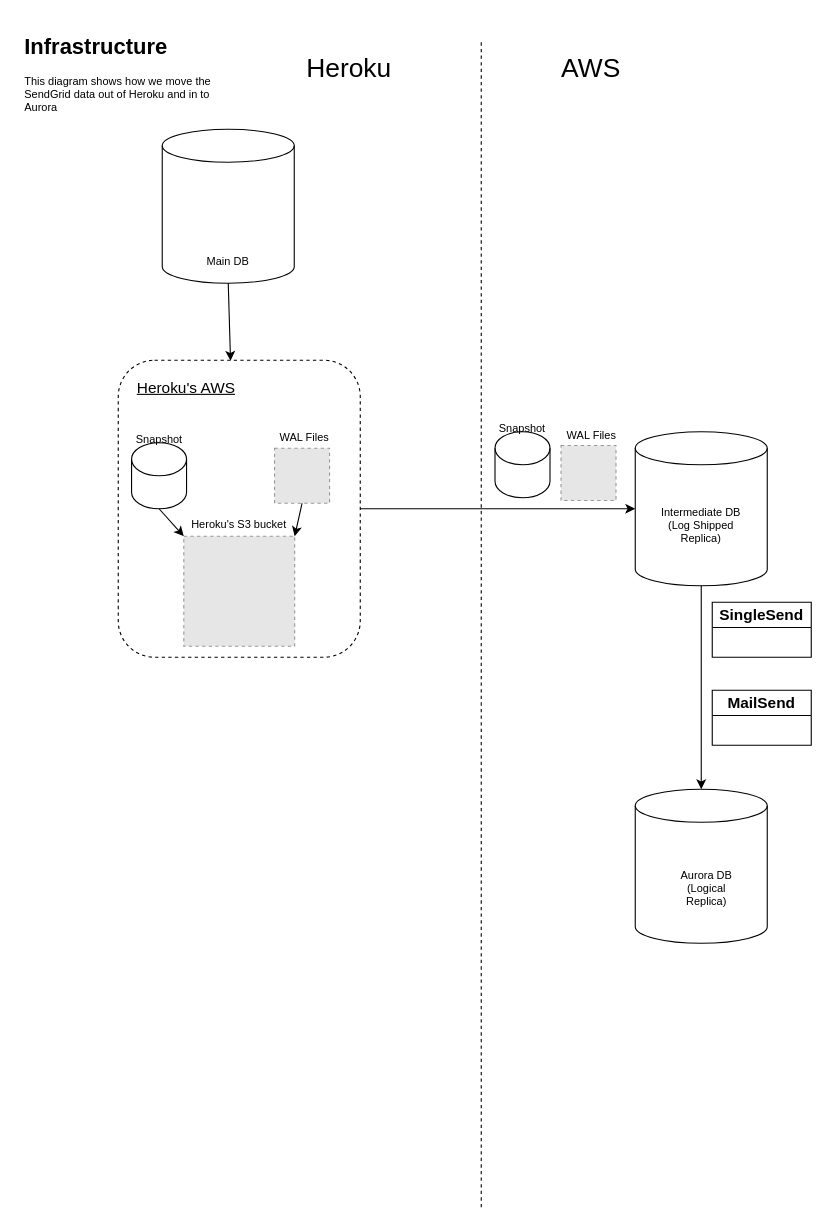
The draw.io diagram AWS DB Schematic.drawio in jwhitham-ds/draw.io, before the edit. Source tidied: cells renumbered, new cells numbered last; positions are measured from the earlier drawing's top-left corner, leaving out a move shared by most shapes. Both pictures are drawn from the tidied source at 110%, with x=0, y=0 at pixel (19, 30). Pictures stored in the file or linked from it are replaced by grey dashed boxes.
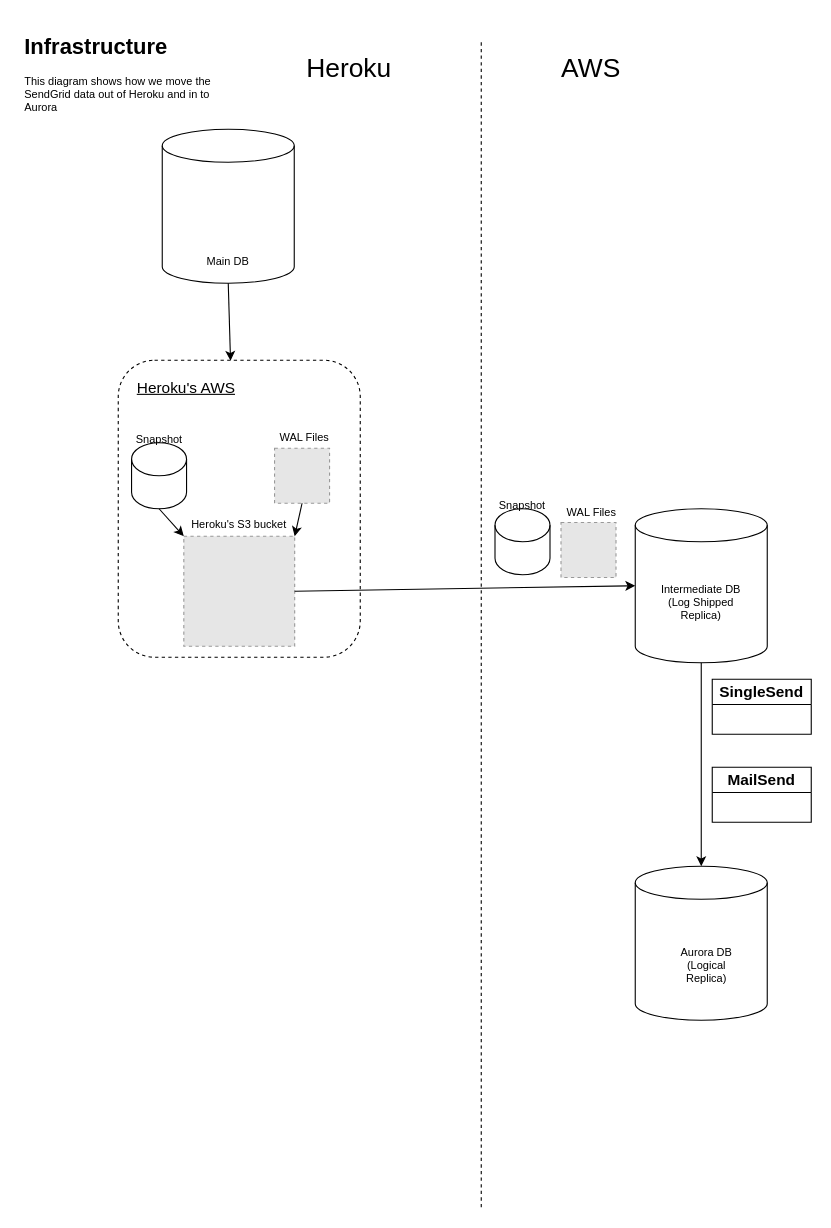
The same page after the edit.

Unchanged cells that the change refers to:
```xml
<mxCell id="2" style="rounded=1;whiteSpace=wrap;html=1;fontSize=10;dashed=1;" parent="1" vertex="1">
  <mxGeometry x="90" y="300" width="220" height="270" as="geometry" />
</mxCell>
<mxCell id="9" style="fillColor=#E6E6E6;strokeColor=#999999;dashed=1;verticalLabelPosition=bottom;labelBackgroundColor=default;verticalAlign=top;" parent="1" vertex="1">
  <mxGeometry x="149.6" y="460" width="100.8" height="100" as="geometry" />
</mxCell>
```

Diff of the diagram source:
```diff
@@
     <mxCell id="7" style="shape=cylinder3;whiteSpace=wrap;html=1;boundedLbl=1;backgroundOutline=1;size=15;" parent="1" vertex="1">
-      <mxGeometry x="560" y="365" width="120" height="140" as="geometry" />
+      <mxGeometry x="560" y="435" width="120" height="140" as="geometry" />
     </mxCell>
     <mxCell id="8" style="shape=cylinder3;whiteSpace=wrap;html=1;boundedLbl=1;backgroundOutline=1;size=15;" parent="1" vertex="1">
-      <mxGeometry x="560" y="690" width="120" height="140" as="geometry" />
+      <mxGeometry x="560" y="760" width="120" height="140" as="geometry" />
     </mxCell>
@@
     <mxCell id="17" value="&lt;div&gt;Intermediate DB&lt;/div&gt;&lt;div&gt;(Log Shipped Replica)&lt;/div&gt;" style="text;html=1;strokeColor=none;fillColor=none;align=center;verticalAlign=middle;whiteSpace=wrap;rounded=0;fontSize=10;" parent="1" vertex="1">
-      <mxGeometry x="580" y="425" width="80" height="50" as="geometry" />
+      <mxGeometry x="580" y="495" width="80" height="50" as="geometry" />
     </mxCell>
     <mxCell id="18" value="&lt;div&gt;Aurora DB&lt;/div&gt;&lt;div&gt;(Logical Replica)&lt;/div&gt;" style="text;html=1;strokeColor=none;fillColor=none;align=center;verticalAlign=middle;whiteSpace=wrap;rounded=0;fontSize=10;" parent="1" vertex="1">
-      <mxGeometry x="590" y="760" width="70" height="40" as="geometry" />
+      <mxGeometry x="590" y="830" width="70" height="40" as="geometry" />
     </mxCell>
@@
-    <mxCell id="22" style="endArrow=classic;html=1;rounded=0;fontSize=10;exitX=1;exitY=0.5;exitDx=0;exitDy=0;entryX=0;entryY=0.5;entryDx=0;entryDy=0;entryPerimeter=0;" parent="1" edge="1" source="2" target="7">
+    <mxCell id="22" style="endArrow=classic;html=1;rounded=0;fontSize=10;entryX=0;entryY=0.5;entryDx=0;entryDy=0;entryPerimeter=0;exitX=1;exitY=0.5;exitDx=0;exitDy=0;" parent="1" edge="1" source="9" target="7">
       <mxGeometry relative="1" as="geometry" />
     </mxCell>
@@
     <mxCell id="25" value="SingleSend" style="swimlane;whiteSpace=wrap;html=1;fontSize=14;" parent="1" vertex="1">
-      <mxGeometry x="630" y="520" width="90" height="50" as="geometry" />
+      <mxGeometry x="630" y="590" width="90" height="50" as="geometry" />
     </mxCell>
     <mxCell id="26" value="MailSend" style="swimlane;whiteSpace=wrap;html=1;fontSize=14;" parent="1" vertex="1">
-      <mxGeometry x="630" y="600" width="90" height="50" as="geometry" />
+      <mxGeometry x="630" y="670" width="90" height="50" as="geometry" />
     </mxCell>
     <mxCell id="27" style="fillColor=#E6E6E6;strokeColor=#999999;dashed=1;verticalLabelPosition=bottom;labelBackgroundColor=default;verticalAlign=top;" parent="1" vertex="1">
-      <mxGeometry x="492.5" y="377.5" width="50" height="50" as="geometry" />
+      <mxGeometry x="492.5" y="447.5" width="50" height="50" as="geometry" />
     </mxCell>
     <mxCell id="28" style="shape=cylinder3;whiteSpace=wrap;html=1;boundedLbl=1;backgroundOutline=1;size=15;fontSize=24;" parent="1" vertex="1">
-      <mxGeometry x="432.5" y="365" width="50" height="60" as="geometry" />
+      <mxGeometry x="432.5" y="435" width="50" height="60" as="geometry" />
     </mxCell>
     <mxCell id="29" value="&lt;font style=&quot;font-size: 10px;&quot;&gt;Snapshot&lt;/font&gt;" style="text;html=1;strokeColor=none;fillColor=none;align=center;verticalAlign=middle;whiteSpace=wrap;rounded=0;fontSize=24;" parent="1" vertex="1">
-      <mxGeometry x="430" y="350" width="55" height="15" as="geometry" />
+      <mxGeometry x="430" y="420" width="55" height="15" as="geometry" />
     </mxCell>
     <mxCell id="30" value="WAL Files" style="text;html=1;strokeColor=none;fillColor=none;align=center;verticalAlign=middle;whiteSpace=wrap;rounded=0;fontSize=10;" parent="1" vertex="1">
-      <mxGeometry x="492.5" y="362.5" width="55" height="10" as="geometry" />
+      <mxGeometry x="492.5" y="432.5" width="55" height="10" as="geometry" />
     </mxCell>
```
